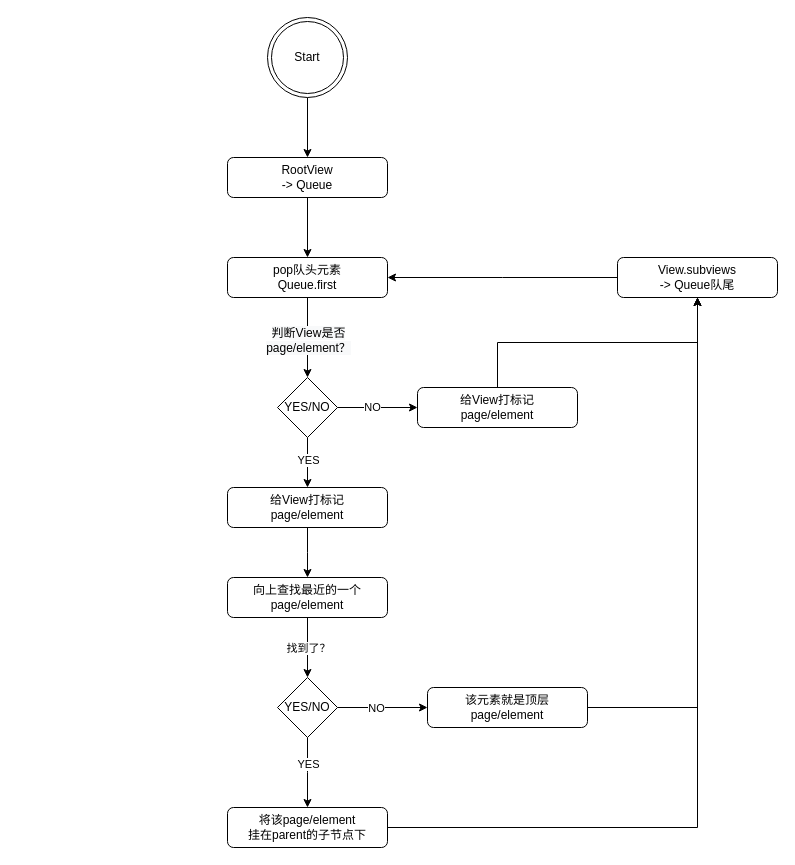
Before: netease/EventTracing/曙光计划-iOS VTree.drawio in yuyinghao/diagrams, a draw.io diagram. Source tidied: cells renumbered, new cells numbered last; positions are measured from the earlier drawing's top-left corner, leaving out a move shared by most shapes. Both pictures are drawn from the tidied source at 100%, with x=0, y=0 at pixel (227, 17).
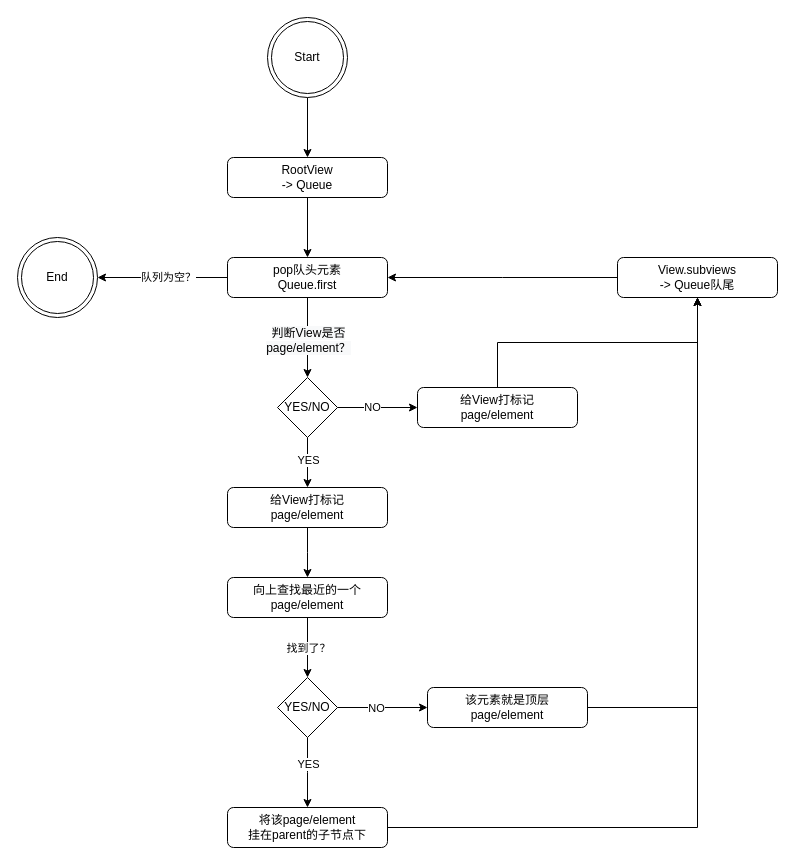
After the change.

The change refers to these unchanged cells:
```xml
<mxCell id="8" value="pop队头元素&lt;br&gt;Queue.first" style="rounded=1;whiteSpace=wrap;html=1;" parent="1" vertex="1">
  <mxGeometry y="240" width="160" height="40" as="geometry" />
</mxCell>
```

Change to the diagram source:
```diff
@@
+    <mxCell id="32" style="edgeStyle=elbowEdgeStyle;rounded=0;jettySize=auto;elbow=vertical;html=1;" parent="1" edge="1" source="8" target="34">
+      <mxGeometry relative="1" as="geometry" />
+    </mxCell>
+    <mxCell id="33" value="队列为空？" style="edgeLabel;html=1;align=center;verticalAlign=middle;" parent="32" vertex="1">
+      <mxGeometry x="0.25" relative="1" as="geometry">
+        <mxPoint x="21.7" y="-0.3" as="offset" />
+      </mxGeometry>
+    </mxCell>
@@
+    <mxCell id="34" value="End" style="ellipse;shape=doubleEllipse;whiteSpace=wrap;html=1;" parent="1" vertex="1">
+      <mxGeometry x="-210" y="220" width="80" height="80" as="geometry" />
+    </mxCell>
```
